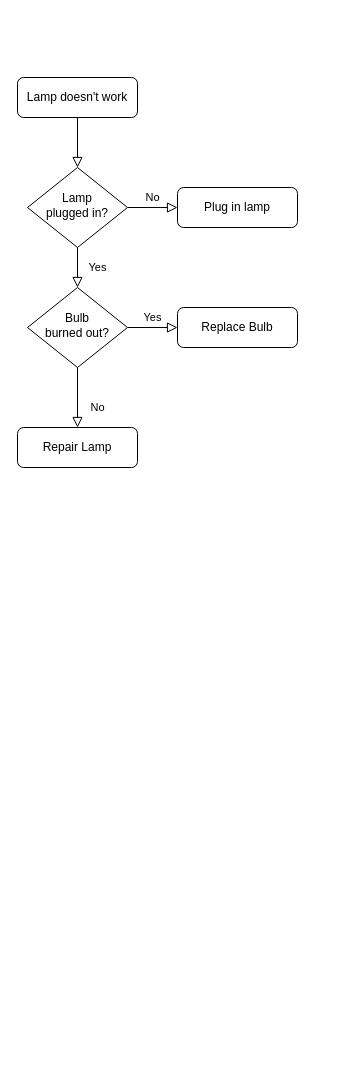
Before: Untitled Diagram.drawio in by0717/ansible, a draw.io diagram. Source tidied: cells renumbered, new cells numbered last; positions are measured from the earlier drawing's top-left corner, leaving out a move shared by most shapes. Both pictures are drawn from the tidied source at 100%, with x=0, y=0 at pixel (17, 77).
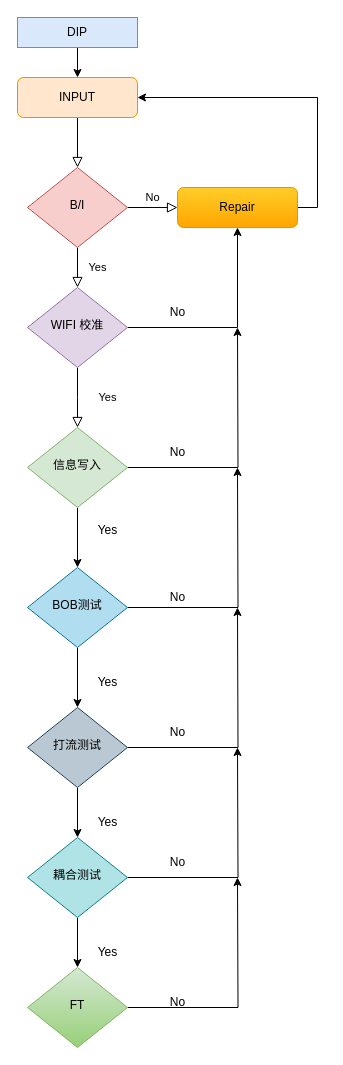
The same diagram, later.

Commit message:
test fllow chart

Change to the diagram source:
```diff
@@
-    <mxCell id="3" value="Lamp doesn't work" style="rounded=1;whiteSpace=wrap;html=1;fontSize=12;glass=0;strokeWidth=1;shadow=0;" parent="1" vertex="1">
+    <mxCell id="3" value="INPUT" style="rounded=1;whiteSpace=wrap;html=1;fontSize=12;glass=0;strokeWidth=1;shadow=0;fillColor=#ffe6cc;strokeColor=#d79b00;" parent="1" vertex="1">
       <mxGeometry width="120" height="40" as="geometry" />
     </mxCell>
@@
-    <mxCell id="6" value="Lamp&lt;br&gt;plugged in?" style="rhombus;whiteSpace=wrap;html=1;shadow=0;fontFamily=Helvetica;fontSize=12;align=center;strokeWidth=1;spacing=6;spacingTop=-4;" parent="1" vertex="1">
+    <mxCell id="6" value="B/I" style="rhombus;whiteSpace=wrap;html=1;shadow=0;fontFamily=Helvetica;fontSize=12;align=center;strokeWidth=1;spacing=6;spacingTop=-4;fillColor=#f8cecc;strokeColor=#b85450;" parent="1" vertex="1">
       <mxGeometry x="10" y="90" width="100" height="80" as="geometry" />
     </mxCell>
+    <mxCell id="13" style="edgeStyle=orthogonalEdgeStyle;rounded=0;jettySize=auto;html=1;exitX=1;exitY=0.5;exitDx=0;exitDy=0;entryX=1;entryY=0.5;entryDx=0;entryDy=0;" parent="1" edge="1" source="7" target="3">
+      <mxGeometry relative="1" as="geometry" />
+    </mxCell>
-    <mxCell id="7" value="Plug in lamp" style="rounded=1;whiteSpace=wrap;html=1;fontSize=12;glass=0;strokeWidth=1;shadow=0;" parent="1" vertex="1">
+    <mxCell id="7" value="Repair" style="rounded=1;whiteSpace=wrap;html=1;fontSize=12;glass=0;strokeWidth=1;shadow=0;fillColor=#ffcd28;gradientColor=#ffa500;strokeColor=#d79b00;" parent="1" vertex="1">
       <mxGeometry x="160" y="110" width="120" height="40" as="geometry" />
     </mxCell>
-    <mxCell id="8" value="No" style="rounded=0;html=1;jettySize=auto;fontSize=11;endArrow=block;endFill=0;endSize=8;strokeWidth=1;shadow=0;labelBackgroundColor=none;edgeStyle=orthogonalEdgeStyle;" parent="1" edge="1" source="10" target="11">
-      <mxGeometry x="0.33" y="20" relative="1" as="geometry" />
+    <mxCell id="8" value="Yes" style="rounded=0;html=1;jettySize=auto;fontSize=11;endArrow=block;endFill=0;endSize=8;strokeWidth=1;shadow=0;labelBackgroundColor=none;edgeStyle=orthogonalEdgeStyle;" parent="1" edge="1" source="10">
+      <mxGeometry x="0.01" y="30" relative="1" as="geometry">
+        <mxPoint x="60" y="350" as="targetPoint" />
+        <mxPoint y="-1" as="offset" />
+      </mxGeometry>
     </mxCell>
-    <mxCell id="9" value="Yes" style="edgeStyle=orthogonalEdgeStyle;rounded=0;html=1;jettySize=auto;fontSize=11;endArrow=block;endFill=0;endSize=8;strokeWidth=1;shadow=0;labelBackgroundColor=none;" parent="1" edge="1" source="10" target="12">
-      <mxGeometry y="10" relative="1" as="geometry" />
-    </mxCell>
+    <mxCell id="14" style="edgeStyle=orthogonalEdgeStyle;rounded=0;jettySize=auto;html=1;exitX=1;exitY=0.5;exitDx=0;exitDy=0;entryX=0.5;entryY=1;entryDx=0;entryDy=0;" parent="1" edge="1" source="10" target="7">
+      <mxGeometry relative="1" as="geometry" />
+    </mxCell>
-    <mxCell id="10" value="Bulb&lt;br&gt;burned out?" style="rhombus;whiteSpace=wrap;html=1;shadow=0;fontFamily=Helvetica;fontSize=12;align=center;strokeWidth=1;spacing=6;spacingTop=-4;" parent="1" vertex="1">
+    <mxCell id="10" value="WIFI 校准" style="rhombus;whiteSpace=wrap;html=1;shadow=0;fontFamily=Helvetica;fontSize=12;align=center;strokeWidth=1;spacing=6;spacingTop=-4;fillColor=#e1d5e7;strokeColor=#9673a6;" parent="1" vertex="1">
       <mxGeometry x="10" y="210" width="100" height="80" as="geometry" />
     </mxCell>
-    <mxCell id="11" value="Repair Lamp" style="rounded=1;whiteSpace=wrap;html=1;fontSize=12;glass=0;strokeWidth=1;shadow=0;" parent="1" vertex="1">
-      <mxGeometry y="350" width="120" height="40" as="geometry" />
-    </mxCell>
-    <mxCell id="12" value="Replace Bulb" style="rounded=1;whiteSpace=wrap;html=1;fontSize=12;glass=0;strokeWidth=1;shadow=0;" parent="1" vertex="1">
-      <mxGeometry x="160" y="230" width="120" height="40" as="geometry" />
-    </mxCell>
+    <mxCell id="15" style="edgeStyle=orthogonalEdgeStyle;rounded=0;jettySize=auto;html=1;exitX=0.5;exitY=1;exitDx=0;exitDy=0;entryX=0.5;entryY=0;entryDx=0;entryDy=0;" parent="1" edge="1" source="16" target="3">
+      <mxGeometry relative="1" as="geometry" />
+    </mxCell>
+    <mxCell id="16" value="DIP" style="rounded=0;whiteSpace=wrap;html=1;fillColor=#dae8fc;strokeColor=#6c8ebf;" parent="1" vertex="1">
+      <mxGeometry y="-60" width="120" height="30" as="geometry" />
+    </mxCell>
+    <mxCell id="17" value="No" style="text;html=1;align=center;verticalAlign=middle;strokeColor=none;fillColor=none;" parent="1" vertex="1">
+      <mxGeometry x="140" y="220" width="40" height="30" as="geometry" />
+    </mxCell>
+    <mxCell id="18" style="edgeStyle=orthogonalEdgeStyle;rounded=0;jettySize=auto;html=1;exitX=0.5;exitY=1;exitDx=0;exitDy=0;entryX=0.5;entryY=0;entryDx=0;entryDy=0;" parent="1" edge="1" source="20" target="23">
+      <mxGeometry relative="1" as="geometry" />
+    </mxCell>
+    <mxCell id="19" style="edgeStyle=orthogonalEdgeStyle;rounded=0;jettySize=auto;html=1;exitX=1;exitY=0.5;exitDx=0;exitDy=0;" parent="1" edge="1" source="20">
+      <mxGeometry relative="1" as="geometry">
+        <mxPoint x="220" y="250" as="targetPoint" />
+      </mxGeometry>
+    </mxCell>
+    <mxCell id="20" value="信息写入" style="rhombus;whiteSpace=wrap;html=1;shadow=0;fontFamily=Helvetica;fontSize=12;align=center;strokeWidth=1;spacing=6;spacingTop=-4;fillColor=#d5e8d4;strokeColor=#82b366;" parent="1" vertex="1">
+      <mxGeometry x="10" y="350" width="100" height="80" as="geometry" />
+    </mxCell>
+    <mxCell id="21" style="edgeStyle=orthogonalEdgeStyle;rounded=0;jettySize=auto;html=1;exitX=0.5;exitY=1;exitDx=0;exitDy=0;" parent="1" edge="1" source="23" target="26">
+      <mxGeometry relative="1" as="geometry" />
+    </mxCell>
+    <mxCell id="22" style="edgeStyle=orthogonalEdgeStyle;rounded=0;jettySize=auto;html=1;exitX=1;exitY=0.5;exitDx=0;exitDy=0;" parent="1" edge="1" source="23">
+      <mxGeometry relative="1" as="geometry">
+        <mxPoint x="220" y="390" as="targetPoint" />
+      </mxGeometry>
+    </mxCell>
+    <mxCell id="23" value="BOB测试" style="rhombus;whiteSpace=wrap;html=1;shadow=0;fontFamily=Helvetica;fontSize=12;align=center;strokeWidth=1;spacing=6;spacingTop=-4;fillColor=#b1ddf0;strokeColor=#10739e;" parent="1" vertex="1">
+      <mxGeometry x="10" y="490" width="100" height="80" as="geometry" />
+    </mxCell>
+    <mxCell id="24" style="edgeStyle=orthogonalEdgeStyle;rounded=0;jettySize=auto;html=1;exitX=0.5;exitY=1;exitDx=0;exitDy=0;entryX=0.5;entryY=0;entryDx=0;entryDy=0;" parent="1" edge="1" source="26" target="29">
+      <mxGeometry relative="1" as="geometry" />
+    </mxCell>
+    <mxCell id="25" style="edgeStyle=orthogonalEdgeStyle;rounded=0;jettySize=auto;html=1;exitX=1;exitY=0.5;exitDx=0;exitDy=0;" parent="1" edge="1" source="26">
+      <mxGeometry relative="1" as="geometry">
+        <mxPoint x="220" y="530" as="targetPoint" />
+      </mxGeometry>
+    </mxCell>
+    <mxCell id="26" value="打流测试" style="rhombus;whiteSpace=wrap;html=1;shadow=0;fontFamily=Helvetica;fontSize=12;align=center;strokeWidth=1;spacing=6;spacingTop=-4;fillColor=#bac8d3;strokeColor=#23445d;" parent="1" vertex="1">
+      <mxGeometry x="10" y="630" width="100" height="80" as="geometry" />
+    </mxCell>
+    <mxCell id="27" style="edgeStyle=orthogonalEdgeStyle;rounded=0;jettySize=auto;html=1;exitX=0.5;exitY=1;exitDx=0;exitDy=0;entryX=0.5;entryY=0;entryDx=0;entryDy=0;" parent="1" edge="1" source="29" target="31">
+      <mxGeometry relative="1" as="geometry" />
+    </mxCell>
+    <mxCell id="28" style="edgeStyle=orthogonalEdgeStyle;rounded=0;jettySize=auto;html=1;exitX=1;exitY=0.5;exitDx=0;exitDy=0;" parent="1" edge="1" source="29">
+      <mxGeometry relative="1" as="geometry">
+        <mxPoint x="220" y="670" as="targetPoint" />
+      </mxGeometry>
+    </mxCell>
+    <mxCell id="29" value="耦合测试" style="rhombus;whiteSpace=wrap;html=1;shadow=0;fontFamily=Helvetica;fontSize=12;align=center;strokeWidth=1;spacing=6;spacingTop=-4;fillColor=#b0e3e6;strokeColor=#0e8088;" parent="1" vertex="1">
+      <mxGeometry x="10" y="760" width="100" height="80" as="geometry" />
+    </mxCell>
+    <mxCell id="30" style="edgeStyle=orthogonalEdgeStyle;rounded=0;jettySize=auto;html=1;exitX=1;exitY=0.5;exitDx=0;exitDy=0;" parent="1" edge="1" source="31">
+      <mxGeometry relative="1" as="geometry">
+        <mxPoint x="220" y="800" as="targetPoint" />
+      </mxGeometry>
+    </mxCell>
+    <mxCell id="31" value="FT" style="rhombus;whiteSpace=wrap;html=1;shadow=0;fontFamily=Helvetica;fontSize=12;align=center;strokeWidth=1;spacing=6;spacingTop=-4;fillColor=#d5e8d4;gradientColor=#97d077;strokeColor=#82b366;" parent="1" vertex="1">
+      <mxGeometry x="10" y="890" width="100" height="80" as="geometry" />
+    </mxCell>
+    <mxCell id="32" value="No" style="text;html=1;align=center;verticalAlign=middle;strokeColor=none;fillColor=none;" parent="1" vertex="1">
+      <mxGeometry x="140" y="360" width="40" height="30" as="geometry" />
+    </mxCell>
+    <mxCell id="33" value="No" style="text;html=1;align=center;verticalAlign=middle;strokeColor=none;fillColor=none;" parent="1" vertex="1">
+      <mxGeometry x="140" y="505" width="40" height="30" as="geometry" />
+    </mxCell>
+    <mxCell id="34" value="No" style="text;html=1;align=center;verticalAlign=middle;strokeColor=none;fillColor=none;" parent="1" vertex="1">
+      <mxGeometry x="140" y="640" width="40" height="30" as="geometry" />
+    </mxCell>
+    <mxCell id="35" value="No" style="text;html=1;align=center;verticalAlign=middle;strokeColor=none;fillColor=none;" parent="1" vertex="1">
+      <mxGeometry x="140" y="770" width="40" height="30" as="geometry" />
+    </mxCell>
+    <mxCell id="36" value="No" style="text;html=1;align=center;verticalAlign=middle;strokeColor=none;fillColor=none;" parent="1" vertex="1">
+      <mxGeometry x="140" y="910" width="40" height="30" as="geometry" />
+    </mxCell>
+    <mxCell id="37" value="Yes" style="text;html=1;align=center;verticalAlign=middle;strokeColor=none;fillColor=none;" parent="1" vertex="1">
+      <mxGeometry x="70" y="438" width="40" height="30" as="geometry" />
+    </mxCell>
+    <mxCell id="38" value="Yes" style="text;html=1;align=center;verticalAlign=middle;strokeColor=none;fillColor=none;" parent="1" vertex="1">
+      <mxGeometry x="70" y="590" width="40" height="30" as="geometry" />
+    </mxCell>
+    <mxCell id="39" value="Yes" style="text;html=1;align=center;verticalAlign=middle;strokeColor=none;fillColor=none;" parent="1" vertex="1">
+      <mxGeometry x="70" y="730" width="40" height="30" as="geometry" />
+    </mxCell>
+    <mxCell id="40" value="Yes" style="text;html=1;align=center;verticalAlign=middle;strokeColor=none;fillColor=none;" parent="1" vertex="1">
+      <mxGeometry x="70" y="860" width="40" height="30" as="geometry" />
+    </mxCell>
```
